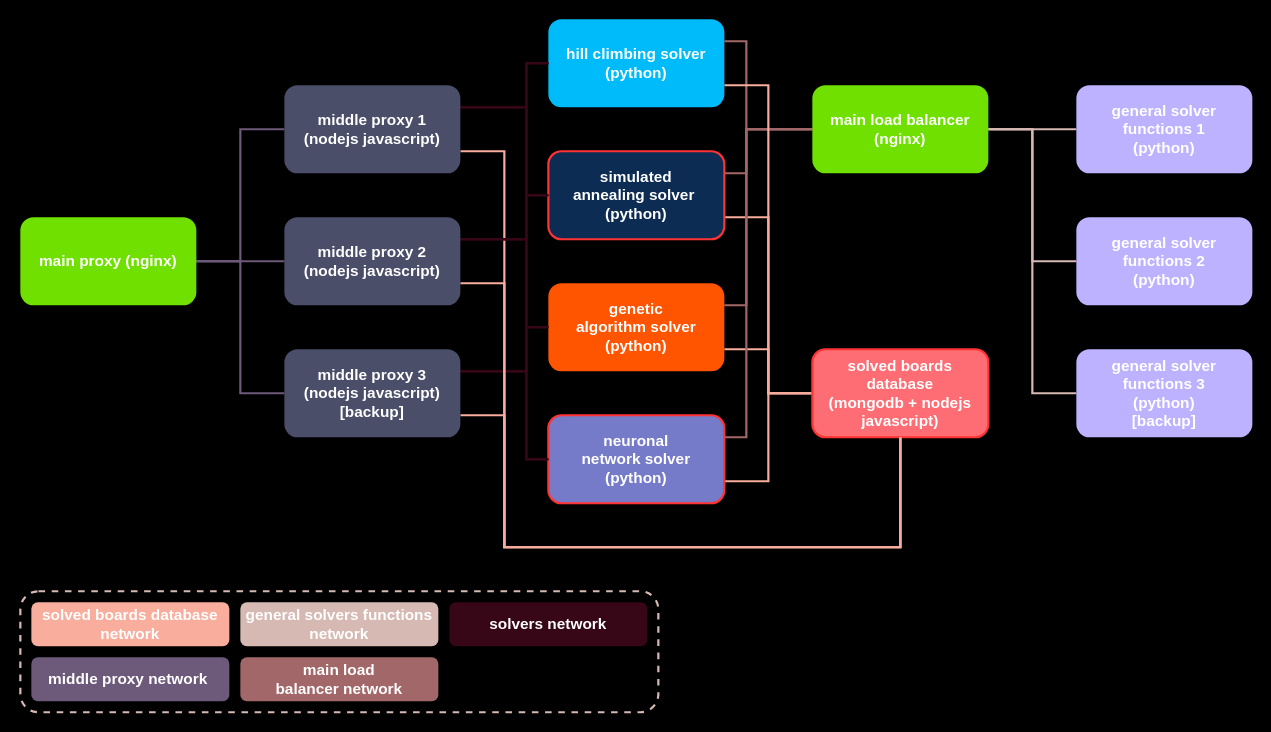
joseesco24/sudoku_solver keeps this draw.io diagram as images/sudoku_solver.drawio. Above is the earlier version. Source tidied: cells renumbered, new cells numbered last; positions are measured from the earlier drawing's top-left corner, leaving out a move shared by most shapes. Both pictures are drawn from the tidied source at 110%, with x=0, y=0 at pixel (20, 19).
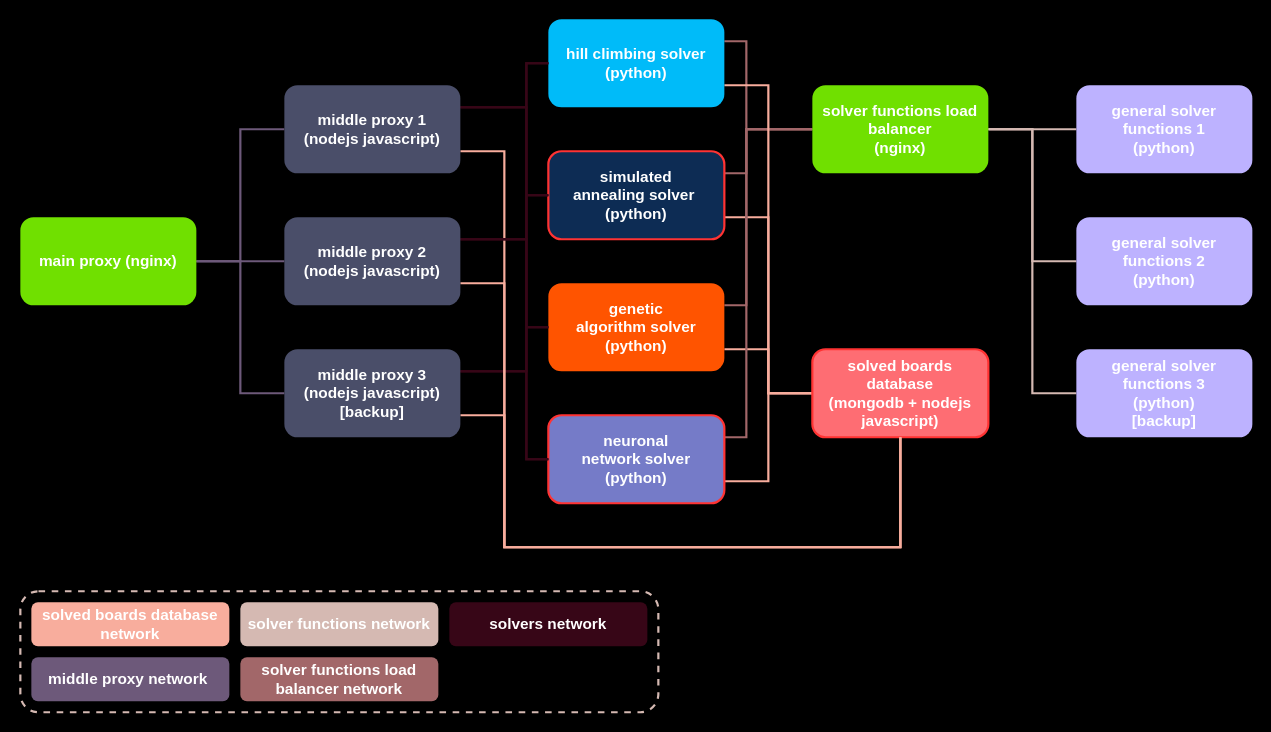
After the change.

Diff of the diagram source:
```diff
@@
-    <mxCell id="22" value="&lt;font style=&quot;font-size: 14px&quot; color=&quot;#ffffff&quot;&gt;&lt;b&gt;main load balancer&lt;br&gt;(nginx)&lt;br&gt;&lt;/b&gt;&lt;/font&gt;" style="rounded=1;whiteSpace=wrap;html=1;strokeWidth=2;fillColor=#70e000;strokeColor=none;" parent="1" vertex="1">
+    <mxCell id="22" value="&lt;font color=&quot;#ffffff&quot;&gt;&lt;span style=&quot;font-size: 14px&quot;&gt;&lt;b&gt;solver functions load balancer&lt;/b&gt;&lt;/span&gt;&lt;br&gt;&lt;b style=&quot;font-size: 14px&quot;&gt;(nginx)&lt;/b&gt;&lt;br&gt;&lt;/font&gt;" style="rounded=1;whiteSpace=wrap;html=1;strokeWidth=2;fillColor=#70e000;strokeColor=none;" parent="1" vertex="1">
       <mxGeometry x="720" y="60" width="160" height="80" as="geometry" />
     </mxCell>
@@
-    <mxCell id="29" value="&lt;font&gt;&lt;span style=&quot;font-size: 14px&quot;&gt;&lt;b&gt;main load balancer&amp;nbsp;network&lt;/b&gt;&lt;/span&gt;&lt;/font&gt;" style="text;html=1;strokeColor=none;align=center;verticalAlign=middle;whiteSpace=wrap;rounded=1;shadow=0;glass=0;sketch=0;fontColor=#FFFFFF;fillColor=#A26769;" parent="1" vertex="1">
+    <mxCell id="29" value="&lt;span style=&quot;font-size: 14px&quot;&gt;&lt;b&gt;solver functions load balancer network&lt;/b&gt;&lt;/span&gt;" style="text;html=1;strokeColor=none;align=center;verticalAlign=middle;whiteSpace=wrap;rounded=1;shadow=0;glass=0;sketch=0;fontColor=#FFFFFF;fillColor=#A26769;" parent="1" vertex="1">
       <mxGeometry x="200" y="580" width="180" height="40" as="geometry" />
     </mxCell>
-    <mxCell id="30" value="&lt;span style=&quot;font-size: 14px&quot;&gt;&lt;b&gt;general solvers functions network&lt;/b&gt;&lt;/span&gt;" style="text;html=1;strokeColor=none;align=center;verticalAlign=middle;whiteSpace=wrap;rounded=1;shadow=0;glass=0;sketch=0;fontColor=#FFFFFF;fillColor=#D5B9B2;" parent="1" vertex="1">
+    <mxCell id="30" value="&lt;span style=&quot;font-size: 14px&quot;&gt;&lt;b&gt;solver functions network&lt;/b&gt;&lt;/span&gt;" style="text;html=1;strokeColor=none;align=center;verticalAlign=middle;whiteSpace=wrap;rounded=1;shadow=0;glass=0;sketch=0;fontColor=#FFFFFF;fillColor=#D5B9B2;" parent="1" vertex="1">
       <mxGeometry x="200" y="530" width="180" height="40" as="geometry" />
     </mxCell>
```
